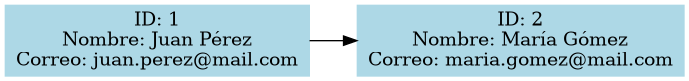
Earlier version of the Graphviz export usuarios.png (bryanthr6/-EDD-1S2025_201701010). Its source is kept beside it as usuarios.dot.
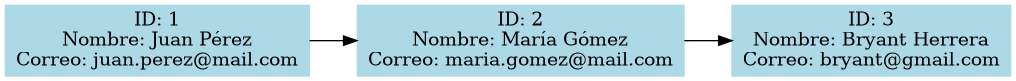
Above is the later version.

Change to the diagram source:
```diff
@@ -4,4 +4,6 @@
 "1" [label="ID: 1\nNombre: Juan Pérez\nCorreo: juan.perez@mail.com"]
 "1" -> "2";
 "2" [label="ID: 2\nNombre: María Gómez\nCorreo: maria.gomez@mail.com"]
+"2" -> "3";
+"3" [label="ID: 3\nNombre: Bryant Herrera\nCorreo: bryant@gmail.com"]
 }
```
